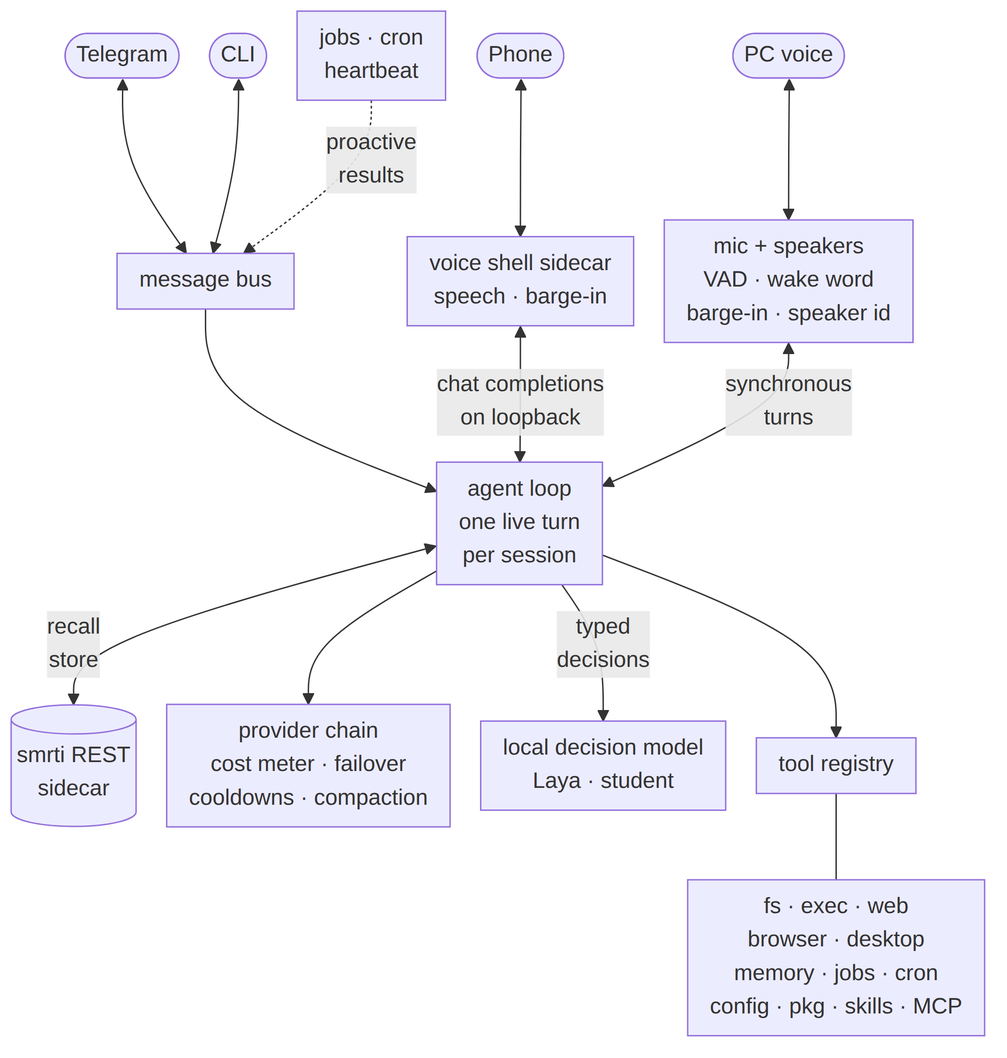
The Mermaid diagram docs/assets/architecture.png in cyqlelabs/factor, before a commit. Its source is kept beside it as docs/assets/architecture.mmd. Its diagram source:
```mermaid
flowchart TD
    TG([Telegram]) <--> BUS
    CLI([CLI]) <--> BUS
    PH([Phone]) <--> SHELL["voice shell sidecar<br/>speech · barge-in"]
    PC([PC voice]) <--> MIC["mic + speakers<br/>VAD · wake word<br/>barge-in · speaker id"]
    BUS[message bus] --> LOOP
    SHELL <-->|chat completions<br/>on loopback| LOOP
    MIC <-->|synchronous<br/>turns| LOOP
    LOOP["agent loop<br/>one live turn<br/>per session"] <-->|recall<br/>store| MEM[("smrti REST<br/>sidecar")]
    LOOP --> PROV["provider chain<br/>cost meter · failover<br/>cooldowns · compaction"]
    LOOP -->|typed<br/>decisions| DEC["local decision model<br/>Laya · student"]
    LOOP --> REG[tool registry]
    REG --- SUITES["fs · exec · web<br/>browser · desktop<br/>memory · jobs · cron<br/>config · pkg · skills · MCP"]
    BG[jobs · cron<br/>heartbeat] -.->|proactive<br/>results| BUS
```
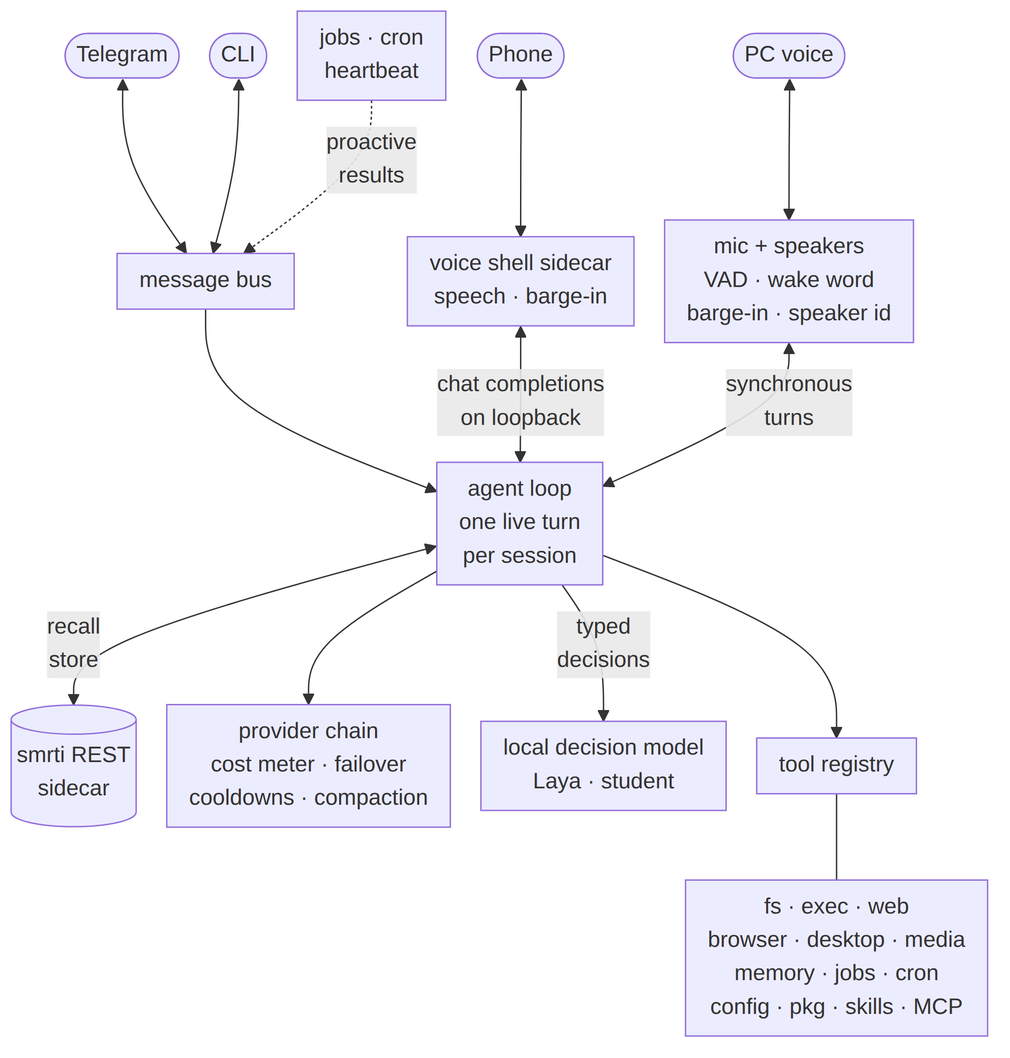
After the change.

Commit message:
docs: add the media tool and stop claiming Windows releases are signed

Change to the diagram source:
```diff
@@ -10,5 +10,5 @@
     LOOP --> PROV["provider chain<br/>cost meter · failover<br/>cooldowns · compaction"]
     LOOP -->|typed<br/>decisions| DEC["local decision model<br/>Laya · student"]
     LOOP --> REG[tool registry]
-    REG --- SUITES["fs · exec · web<br/>browser · desktop<br/>memory · jobs · cron<br/>config · pkg · skills · MCP"]
+    REG --- SUITES["fs · exec · web<br/>browser · desktop · media<br/>memory · jobs · cron<br/>config · pkg · skills · MCP"]
     BG[jobs · cron<br/>heartbeat] -.->|proactive<br/>results| BUS
```
